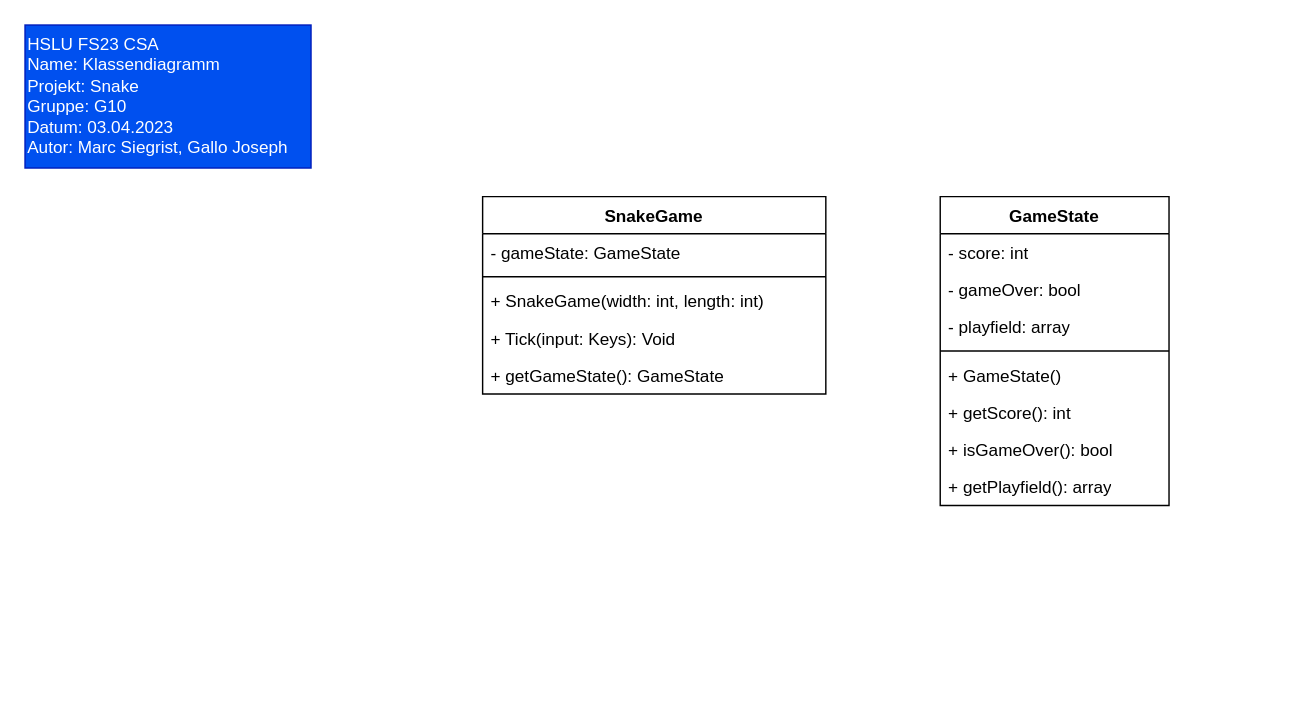
MSiegrist/pi-snake keeps this draw.io diagram as page "UML" (2 of 2) of docs/Snake.drawio. Above is the earlier version. Source tidied: cells renumbered, new cells numbered last; positions are measured from the earlier drawing's top-left corner, leaving out a move shared by most shapes. Both pictures are drawn from the tidied source at 143%, with x=0, y=0 at pixel (24, 24).
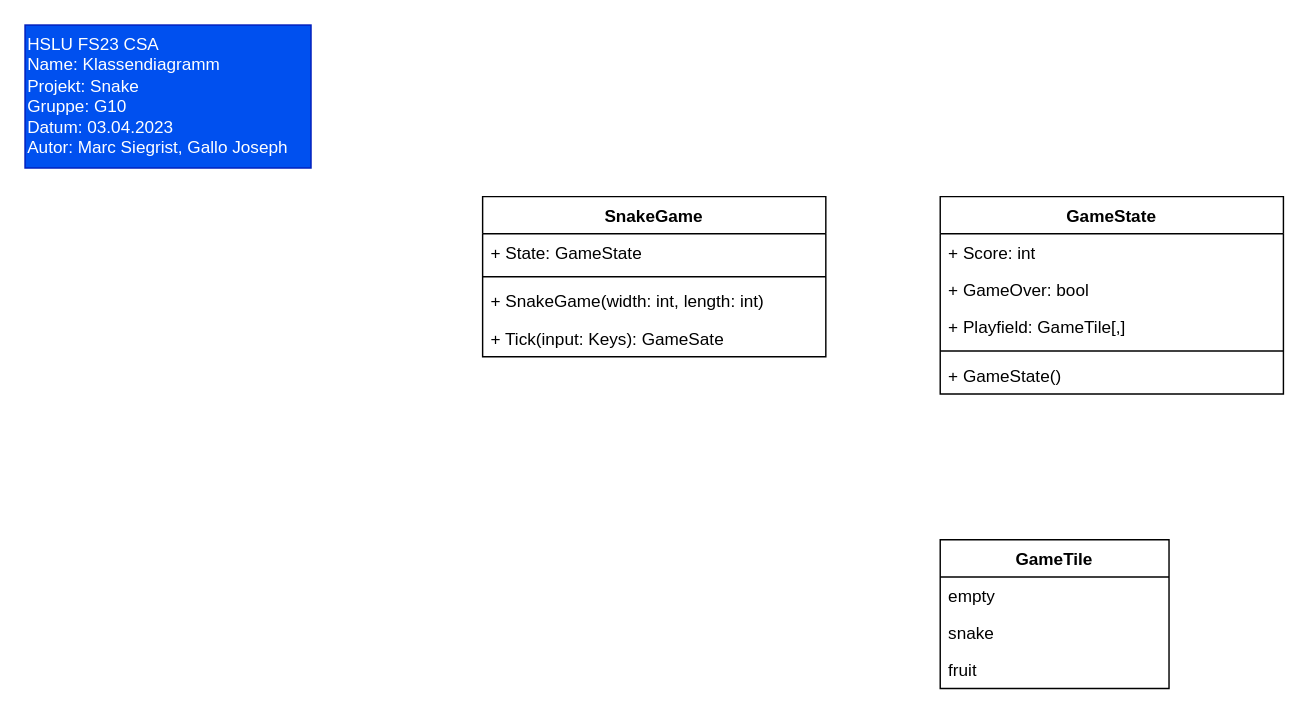
The same diagram, later.

The edit, as a diff of the source:
```diff
@@
 <mxGraphModel>
   <root>
     <mxCell id="0" />
     <mxCell id="1" parent="0" />
     <mxCell id="2" value="SnakeGame" style="swimlane;fontStyle=1;align=center;verticalAlign=top;horizontal=1;startSize=26;fillStyle=auto;fillColor=default;" parent="1" vertex="1">
-      <mxGeometry x="320" y="120" width="240" height="138" as="geometry" />
+      <mxGeometry x="320" y="120" width="240" height="112" as="geometry" />
     </mxCell>
-    <mxCell id="3" value="- gameState: GameState" style="text;strokeColor=none;fillColor=none;align=left;verticalAlign=top;spacingLeft=4;spacingRight=4;overflow=hidden;" parent="2" vertex="1">
+    <mxCell id="3" value="+ State: GameState" style="text;strokeColor=none;fillColor=none;align=left;verticalAlign=top;spacingLeft=4;spacingRight=4;overflow=hidden;" parent="2" vertex="1">
       <mxGeometry y="26" width="240" height="26" as="geometry" />
     </mxCell>
     <mxCell id="4" style="line;strokeWidth=1;fillColor=none;align=left;verticalAlign=middle;spacingTop=-1;spacingLeft=3;spacingRight=3;labelPosition=right;strokeColor=inherit;fillStyle=auto;" parent="2" vertex="1">
       <mxGeometry y="52" width="240" height="8" as="geometry" />
     </mxCell>
     <mxCell id="5" value="+ SnakeGame(width: int, length: int)" style="text;strokeColor=none;fillColor=none;align=left;verticalAlign=top;spacingLeft=4;spacingRight=4;overflow=hidden;whiteSpace=wrap;html=1;" parent="2" vertex="1">
       <mxGeometry y="60" width="240" height="26" as="geometry" />
     </mxCell>
-    <mxCell id="6" value="+ Tick(input: Keys): Void" style="text;strokeColor=none;fillColor=none;align=left;verticalAlign=top;spacingLeft=4;spacingRight=4;overflow=hidden;" parent="2" vertex="1">
+    <mxCell id="6" value="+ Tick(input: Keys): GameSate" style="text;strokeColor=none;fillColor=none;align=left;verticalAlign=top;spacingLeft=4;spacingRight=4;overflow=hidden;" parent="2" vertex="1">
       <mxGeometry y="86" width="240" height="26" as="geometry" />
     </mxCell>
-    <mxCell id="7" value="+ getGameState(): GameState" style="text;strokeColor=none;fillColor=none;align=left;verticalAlign=top;spacingLeft=4;spacingRight=4;overflow=hidden;whiteSpace=wrap;html=1;" parent="2" vertex="1">
-      <mxGeometry y="112" width="240" height="26" as="geometry" />
-    </mxCell>
     <mxCell id="8" value="GameState" style="swimlane;fontStyle=1;align=center;verticalAlign=top;horizontal=1;startSize=26;whiteSpace=wrap;html=1;" parent="1" vertex="1">
-      <mxGeometry x="640" y="120" width="160" height="216" as="geometry" />
+      <mxGeometry x="640" y="120" width="240" height="138" as="geometry" />
     </mxCell>
-    <mxCell id="9" value="- score: int" style="text;strokeColor=none;fillColor=none;align=left;verticalAlign=top;spacingLeft=4;spacingRight=4;overflow=hidden;whiteSpace=wrap;html=1;" parent="8" vertex="1">
-      <mxGeometry y="26" width="160" height="26" as="geometry" />
+    <mxCell id="9" value="+ Score: int" style="text;strokeColor=none;fillColor=none;align=left;verticalAlign=top;spacingLeft=4;spacingRight=4;overflow=hidden;whiteSpace=wrap;html=1;" parent="8" vertex="1">
+      <mxGeometry y="26" width="240" height="26" as="geometry" />
     </mxCell>
-    <mxCell id="10" value="- gameOver: bool" style="text;strokeColor=none;fillColor=none;align=left;verticalAlign=top;spacingLeft=4;spacingRight=4;overflow=hidden;whiteSpace=wrap;html=1;" parent="8" vertex="1">
-      <mxGeometry y="52" width="160" height="26" as="geometry" />
+    <mxCell id="10" value="+ GameOver: bool" style="text;strokeColor=none;fillColor=none;align=left;verticalAlign=top;spacingLeft=4;spacingRight=4;overflow=hidden;whiteSpace=wrap;html=1;" parent="8" vertex="1">
+      <mxGeometry y="52" width="240" height="26" as="geometry" />
     </mxCell>
-    <mxCell id="11" value="- playfield: array" style="text;strokeColor=none;fillColor=none;align=left;verticalAlign=top;spacingLeft=4;spacingRight=4;overflow=hidden;whiteSpace=wrap;html=1;" parent="8" vertex="1">
-      <mxGeometry y="78" width="160" height="26" as="geometry" />
+    <mxCell id="11" value="+ Playfield: GameTile[,]" style="text;strokeColor=none;fillColor=none;align=left;verticalAlign=top;spacingLeft=4;spacingRight=4;overflow=hidden;whiteSpace=wrap;html=1;" parent="8" vertex="1">
+      <mxGeometry y="78" width="240" height="26" as="geometry" />
     </mxCell>
     <mxCell id="12" style="line;strokeWidth=1;fillColor=none;align=left;verticalAlign=middle;spacingTop=-1;spacingLeft=3;spacingRight=3;labelPosition=right;strokeColor=inherit;" parent="8" vertex="1">
-      <mxGeometry y="104" width="160" height="8" as="geometry" />
+      <mxGeometry y="104" width="240" height="8" as="geometry" />
     </mxCell>
     <mxCell id="13" value="+ GameState()" style="text;strokeColor=none;fillColor=none;align=left;verticalAlign=top;spacingLeft=4;spacingRight=4;overflow=hidden;whiteSpace=wrap;html=1;" parent="8" vertex="1">
-      <mxGeometry y="112" width="160" height="26" as="geometry" />
+      <mxGeometry y="112" width="240" height="26" as="geometry" />
     </mxCell>
-    <mxCell id="14" value="+ getScore(): int" style="text;strokeColor=none;fillColor=none;align=left;verticalAlign=top;spacingLeft=4;spacingRight=4;overflow=hidden;whiteSpace=wrap;html=1;" parent="8" vertex="1">
-      <mxGeometry y="138" width="160" height="26" as="geometry" />
-    </mxCell>
-    <mxCell id="15" value="+ isGameOver(): bool" style="text;strokeColor=none;fillColor=none;align=left;verticalAlign=top;spacingLeft=4;spacingRight=4;overflow=hidden;whiteSpace=wrap;html=1;" parent="8" vertex="1">
-      <mxGeometry y="164" width="160" height="26" as="geometry" />
-    </mxCell>
-    <mxCell id="16" value="+ getPlayfield(): array" style="text;strokeColor=none;fillColor=none;align=left;verticalAlign=top;spacingLeft=4;spacingRight=4;overflow=hidden;whiteSpace=wrap;html=1;" parent="8" vertex="1">
-      <mxGeometry y="190" width="160" height="26" as="geometry" />
-    </mxCell>
     <mxCell id="17" value="HSLU FS23 CSA&lt;br&gt;Name: Klassendiagramm&lt;br&gt;Projekt: Snake&lt;br&gt;Gruppe: G10&lt;br&gt;Datum: 03.04.2023&lt;br&gt;Autor: Marc Siegrist,&amp;nbsp;Gallo Joseph" style="rounded=0;whiteSpace=wrap;html=1;fillStyle=auto;fillColor=#0050ef;fontColor=#ffffff;strokeColor=#001DBC;align=left;verticalAlign=top;" parent="1" vertex="1">
       <mxGeometry width="200" height="100" as="geometry" />
     </mxCell>
+    <mxCell id="18" value="GameTile" style="swimlane;fontStyle=1;align=center;verticalAlign=top;horizontal=1;startSize=26;whiteSpace=wrap;html=1;" parent="1" vertex="1">
+      <mxGeometry x="640" y="360" width="160" height="104" as="geometry" />
+    </mxCell>
+    <mxCell id="19" value="empty" style="text;strokeColor=none;fillColor=none;align=left;verticalAlign=top;spacingLeft=4;spacingRight=4;overflow=hidden;whiteSpace=wrap;html=1;" parent="18" vertex="1">
+      <mxGeometry y="26" width="160" height="26" as="geometry" />
+    </mxCell>
+    <mxCell id="20" value="snake" style="text;strokeColor=none;fillColor=none;align=left;verticalAlign=top;spacingLeft=4;spacingRight=4;overflow=hidden;whiteSpace=wrap;html=1;" parent="18" vertex="1">
+      <mxGeometry y="52" width="160" height="26" as="geometry" />
+    </mxCell>
+    <mxCell id="21" value="fruit" style="text;strokeColor=none;fillColor=none;align=left;verticalAlign=top;spacingLeft=4;spacingRight=4;overflow=hidden;whiteSpace=wrap;html=1;" parent="18" vertex="1">
+      <mxGeometry y="78" width="160" height="26" as="geometry" />
+    </mxCell>
   </root>
 </mxGraphModel>
```
